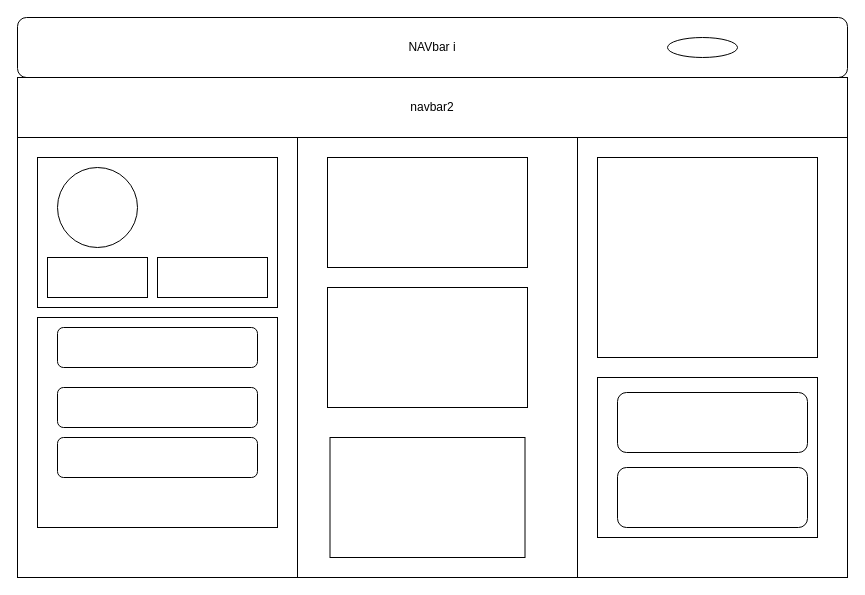
kalaiyarasupandian/wireframe keeps this draw.io diagram as Untitled Diagram.drawio. Above is the earlier version. Source tidied: cells renumbered, new cells numbered last; positions are measured from the earlier drawing's top-left corner, leaving out a move shared by most shapes. Both pictures are drawn from the tidied source at 100%, with x=0, y=0 at pixel (17, 17).
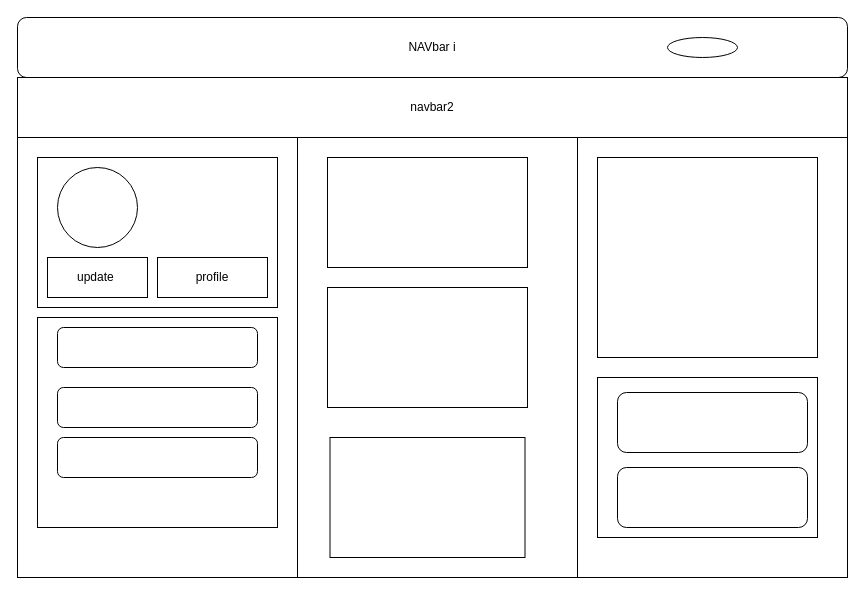
The same page after the edit.

Commit message:
update the wire frame

Diff of the diagram source:
```diff
@@
-    <mxCell id="8" style="rounded=0;whiteSpace=wrap;html=1;" parent="1" vertex="1">
+    <mxCell id="8" value="update&amp;nbsp;" style="rounded=0;whiteSpace=wrap;html=1;" parent="1" vertex="1">
       <mxGeometry x="30" y="240" width="100" height="40" as="geometry" />
     </mxCell>
@@
-    <mxCell id="10" style="rounded=0;whiteSpace=wrap;html=1;" parent="1" vertex="1">
+    <mxCell id="10" value="profile" style="rounded=0;whiteSpace=wrap;html=1;" parent="1" vertex="1">
       <mxGeometry x="140" y="240" width="110" height="40" as="geometry" />
     </mxCell>
```
